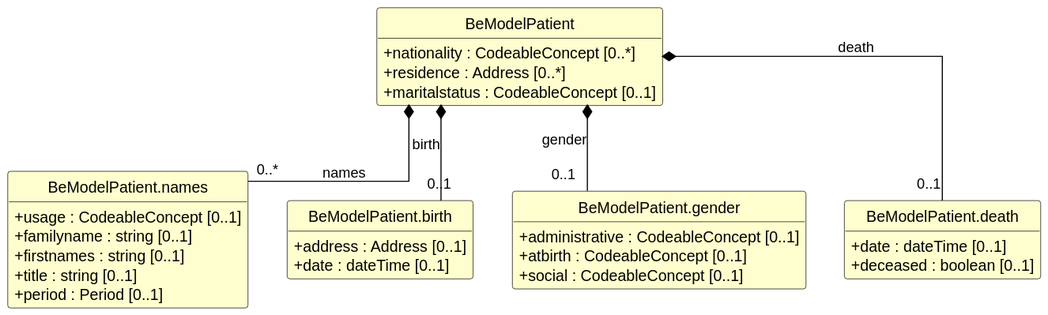
Earlier version of the PlantUML export exports/diagrams/BeModelPatient-uml.svg (caresets/caresets-src). The source it was exported from:
```plantuml
@startuml
skinparam shadowing false
skinparam classAttributeIconSize 0
skinparam linetype ortho
skinparam class {
  BackgroundColor #FEFECE
  BorderColor #000000
  ArrowColor #000000
  FontStyle bold
  AttributeFontStyle normal
}
hide circle
hide empty members

class "BeModelPatient" as BeModelPatient {
  +nationality : CodeableConcept [0..*]
  +residence : Address [0..*]
  +maritalstatus : CodeableConcept [0..1]
}

class "BeModelPatient.names" as BeModelPatient_names {
  +usage : CodeableConcept [0..1]
  +familyname : string [0..1]
  +firstnames : string [0..1]
  +title : string [0..1]
  +period : Period [0..1]
}

class "BeModelPatient.birth" as BeModelPatient_birth {
  +address : Address [0..1]
  +date : dateTime [0..1]
}

class "BeModelPatient.gender" as BeModelPatient_gender {
  +administrative : CodeableConcept [0..1]
  +atbirth : CodeableConcept [0..1]
  +social : CodeableConcept [0..1]
}

class "BeModelPatient.death" as BeModelPatient_death {
  +date : dateTime [0..1]
  +deceased : boolean [0..1]
}

BeModelPatient *-- "0..*" BeModelPatient_names : names
BeModelPatient *-- "0..1" BeModelPatient_birth : birth
BeModelPatient *-- "0..1" BeModelPatient_gender : gender
BeModelPatient *-- "0..1" BeModelPatient_death : death
@enduml
```
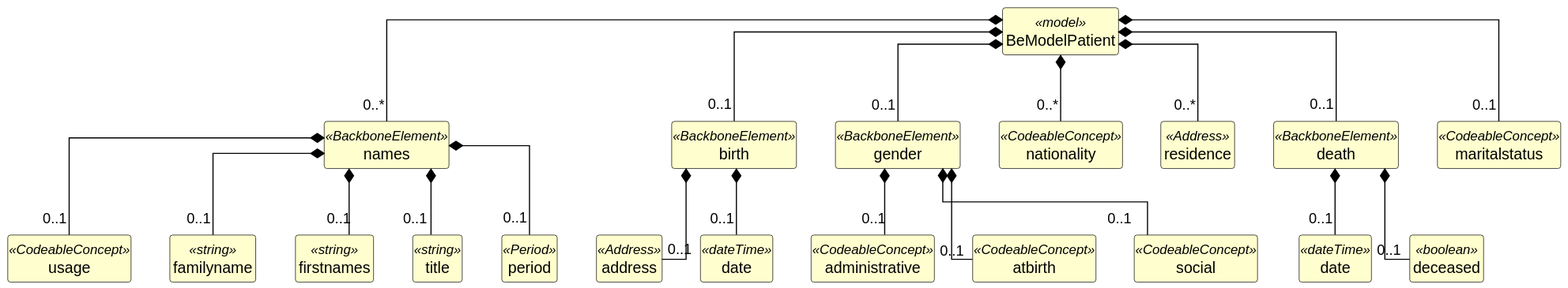
Later version of the same file.

What changed in the source:
```diff
@@ -12,38 +12,83 @@
 hide circle
 hide empty members
 
-class "BeModelPatient" as BeModelPatient {
-  +nationality : CodeableConcept [0..*]
-  +residence : Address [0..*]
-  +maritalstatus : CodeableConcept [0..1]
+class "BeModelPatient" as BeModelPatient <<model>> {
 }
 
-class "BeModelPatient.names" as BeModelPatient_names {
-  +usage : CodeableConcept [0..1]
-  +familyname : string [0..1]
-  +firstnames : string [0..1]
-  +title : string [0..1]
-  +period : Period [0..1]
+class "names" as BeModelPatient_names <<BackboneElement>> {
 }
 
-class "BeModelPatient.birth" as BeModelPatient_birth {
-  +address : Address [0..1]
-  +date : dateTime [0..1]
+class "usage" as BeModelPatient_names_usage <<CodeableConcept>> {
 }
 
-class "BeModelPatient.gender" as BeModelPatient_gender {
-  +administrative : CodeableConcept [0..1]
-  +atbirth : CodeableConcept [0..1]
-  +social : CodeableConcept [0..1]
+class "familyname" as BeModelPatient_names_familyname <<string>> {
 }
 
-class "BeModelPatient.death" as BeModelPatient_death {
-  +date : dateTime [0..1]
-  +deceased : boolean [0..1]
+class "firstnames" as BeModelPatient_names_firstnames <<string>> {
 }
 
-BeModelPatient *-- "0..*" BeModelPatient_names : names
-BeModelPatient *-- "0..1" BeModelPatient_birth : birth
-BeModelPatient *-- "0..1" BeModelPatient_gender : gender
-BeModelPatient *-- "0..1" BeModelPatient_death : death
+class "title" as BeModelPatient_names_title <<string>> {
+}
+
+class "period" as BeModelPatient_names_period <<Period>> {
+}
+
+class "birth" as BeModelPatient_birth <<BackboneElement>> {
+}
+
+class "address" as BeModelPatient_birth_address <<Address>> {
+}
+
+class "date" as BeModelPatient_birth_date <<dateTime>> {
+}
+
+class "gender" as BeModelPatient_gender <<BackboneElement>> {
+}
+
+class "administrative" as BeModelPatient_gender_administrative <<CodeableConcept>> {
+}
+
+class "atbirth" as BeModelPatient_gender_atbirth <<CodeableConcept>> {
+}
+
+class "social" as BeModelPatient_gender_social <<CodeableConcept>> {
+}
+
+class "nationality" as BeModelPatient_nationality <<CodeableConcept>> {
+}
+
+class "residence" as BeModelPatient_residence <<Address>> {
+}
+
+class "death" as BeModelPatient_death <<BackboneElement>> {
+}
+
+class "date" as BeModelPatient_death_date <<dateTime>> {
+}
+
+class "deceased" as BeModelPatient_death_deceased <<boolean>> {
+}
+
+class "maritalstatus" as BeModelPatient_maritalstatus <<CodeableConcept>> {
+}
+
+BeModelPatient *-- "0..*" BeModelPatient_names
+BeModelPatient_names *-- "0..1" BeModelPatient_names_usage
+BeModelPatient_names *-- "0..1" BeModelPatient_names_familyname
+BeModelPatient_names *-- "0..1" BeModelPatient_names_firstnames
+BeModelPatient_names *-- "0..1" BeModelPatient_names_title
+BeModelPatient_names *-- "0..1" BeModelPatient_names_period
+BeModelPatient *-- "0..1" BeModelPatient_birth
+BeModelPatient_birth *-- "0..1" BeModelPatient_birth_address
+BeModelPatient_birth *-- "0..1" BeModelPatient_birth_date
+BeModelPatient *-- "0..1" BeModelPatient_gender
+BeModelPatient_gender *-- "0..1" BeModelPatient_gender_administrative
+BeModelPatient_gender *-- "0..1" BeModelPatient_gender_atbirth
+BeModelPatient_gender *-- "0..1" BeModelPatient_gender_social
+BeModelPatient *-- "0..*" BeModelPatient_nationality
+BeModelPatient *-- "0..*" BeModelPatient_residence
+BeModelPatient *-- "0..1" BeModelPatient_death
+BeModelPatient_death *-- "0..1" BeModelPatient_death_date
+BeModelPatient_death *-- "0..1" BeModelPatient_death_deceased
+BeModelPatient *-- "0..1" BeModelPatient_maritalstatus
 @enduml
```
